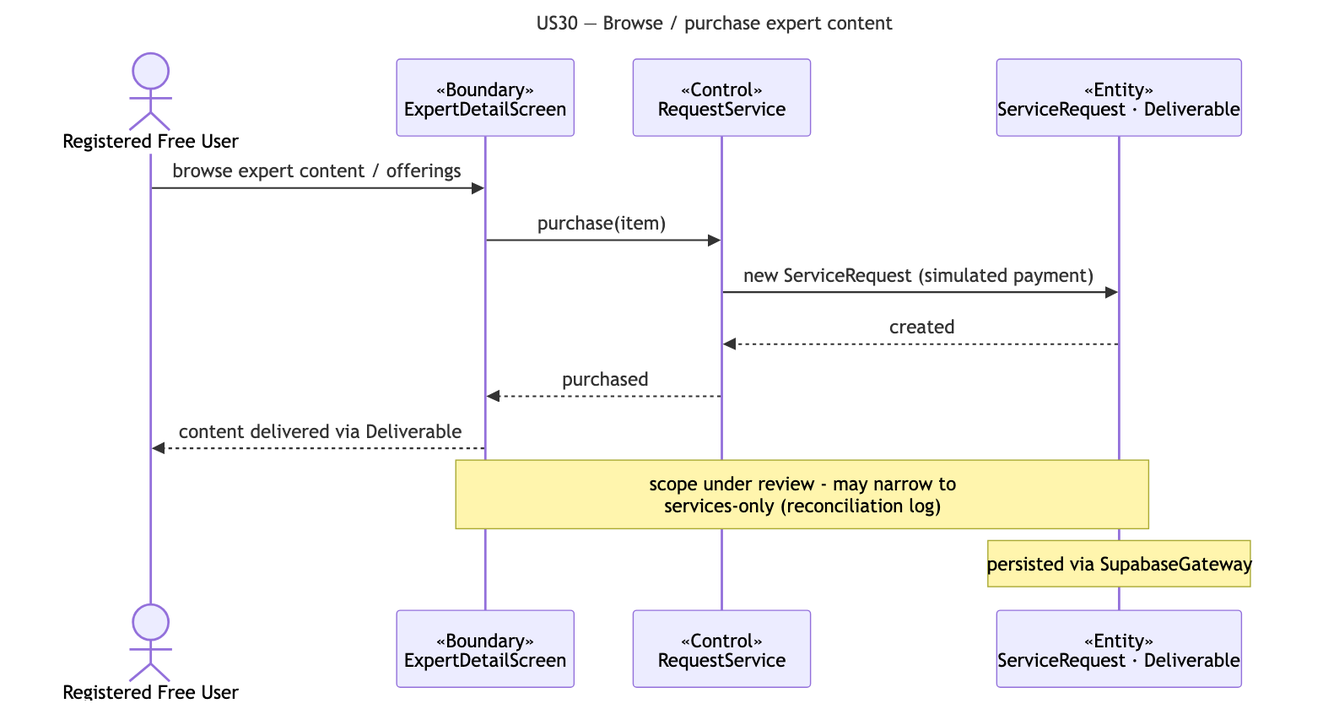
This is docs/deliverables/sequence-diagrams/US30-expert-content.png from cyuanjun/FYP-26-S2-37-app, a Mermaid export, as it was before one commit. Its source is kept beside it as docs/deliverables/sequence-diagrams/src/US30-expert-content.mmd.
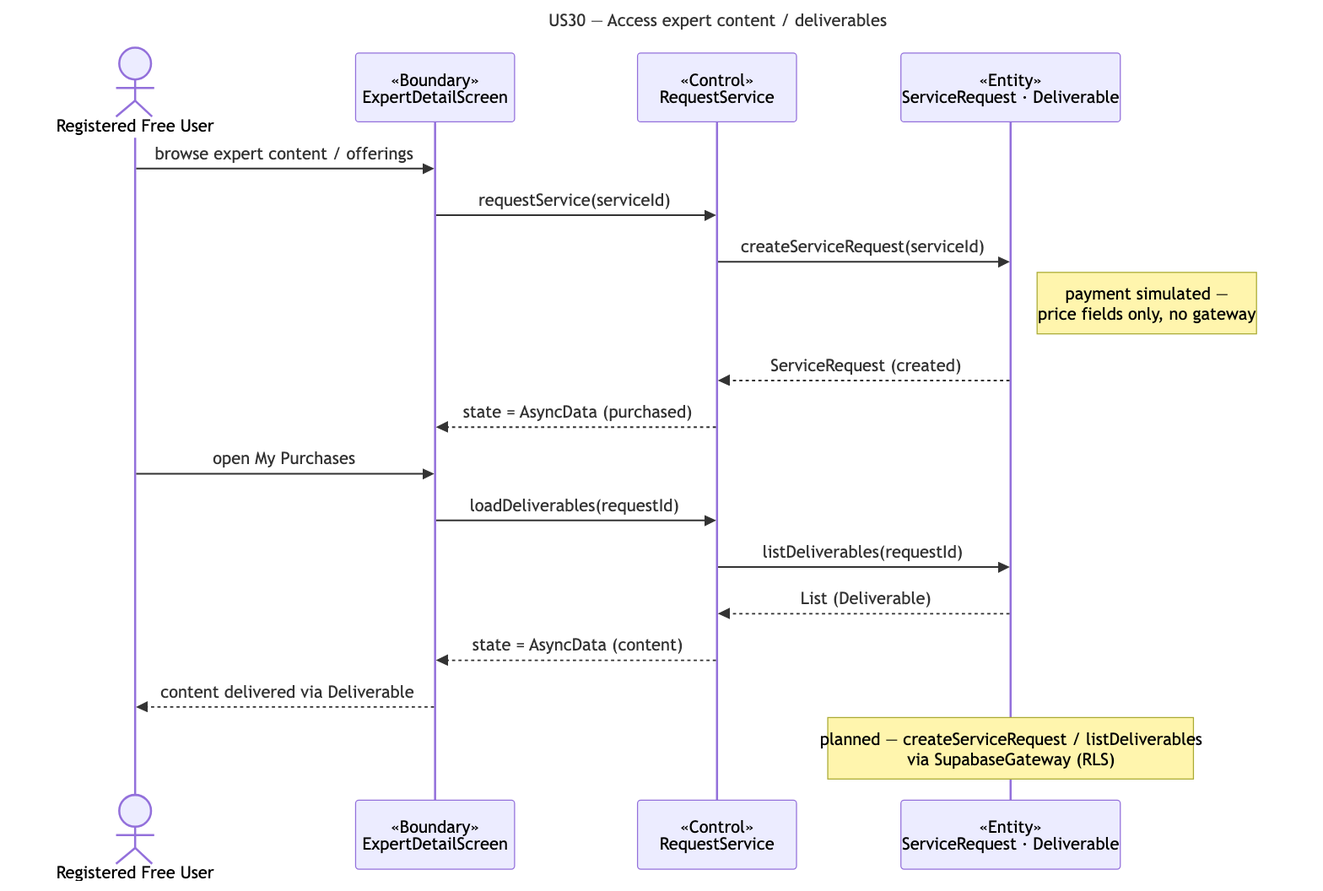
After the change.

Diff of the diagram source:
```diff
@@ -1,5 +1,5 @@
 ---
-title: "US30 — Browse / purchase expert content"
+title: "US30 — Access expert content / deliverables"
 ---
 sequenceDiagram
   actor A as Registered Free User
@@ -7,10 +7,15 @@
   participant C as «Control»<br/>RequestService
   participant E as «Entity»<br/>ServiceRequest · Deliverable
   A->>B: browse expert content / offerings
-  B->>C: purchase(item)
-  C->>E: new ServiceRequest (simulated payment)
-  E-->>C: created
-  C-->>B: purchased
+  B->>C: requestService(serviceId)
+  C->>E: createServiceRequest(serviceId)
+  note right of E: payment simulated —<br/>price fields only, no gateway
+  E-->>C: ServiceRequest (created)
+  C-->>B: state = AsyncData (purchased)
+  A->>B: open My Purchases
+  B->>C: loadDeliverables(requestId)
+  C->>E: listDeliverables(requestId)
+  E-->>C: List (Deliverable)
+  C-->>B: state = AsyncData (content)
   B-->>A: content delivered via Deliverable
-  note over B,E: scope under review - may narrow to<br/>services-only (reconciliation log)
-  note over E: persisted via SupabaseGateway
+  note over E: planned — createServiceRequest / listDeliverables<br/>via SupabaseGateway (RLS)
```
